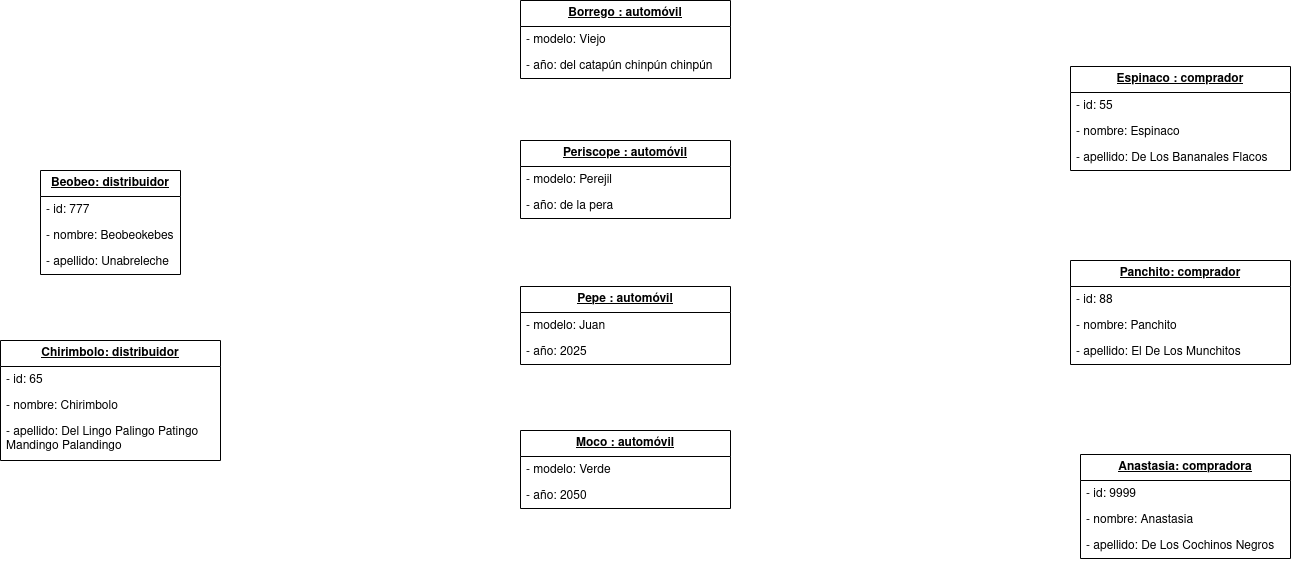
Above: Diagramas/Diagramas de objetos/DObj Modelo1.drawio.png in RafaelMayor/ETS (draw.io), before the change. Source tidied: cells renumbered, new cells last; positions are measured from the earlier drawing's top-left corner, leaving out a move shared by most shapes. Its diagram source:
```xml
<mxGraphModel>
  <root>
    <mxCell id="0" />
    <mxCell id="1" parent="0" />
    <mxCell id="2" value="&lt;b&gt;&lt;u&gt;Anastasia: compradora&lt;/u&gt;&lt;/b&gt;" style="swimlane;fontStyle=0;horizontal=1;startSize=26;fillColor=none;whiteSpace=wrap;html=1;" parent="1" vertex="1">
      <mxGeometry x="1080" y="454" width="210" height="104" as="geometry" />
    </mxCell>
    <mxCell id="3" value="- id: 9999" style="text;strokeColor=none;fillColor=none;align=left;verticalAlign=top;spacingLeft=4;spacingRight=4;overflow=hidden;whiteSpace=wrap;html=1;" parent="2" vertex="1">
      <mxGeometry y="26" width="210" height="26" as="geometry" />
    </mxCell>
    <mxCell id="4" value="- nombre: Anastasia" style="text;strokeColor=none;fillColor=none;align=left;verticalAlign=top;spacingLeft=4;spacingRight=4;overflow=hidden;whiteSpace=wrap;html=1;" parent="2" vertex="1">
      <mxGeometry y="52" width="210" height="26" as="geometry" />
    </mxCell>
    <mxCell id="5" value="- apellido: De Los Cochinos Negros" style="text;strokeColor=none;fillColor=none;align=left;verticalAlign=top;spacingLeft=4;spacingRight=4;overflow=hidden;whiteSpace=wrap;html=1;" parent="2" vertex="1">
      <mxGeometry y="78" width="210" height="26" as="geometry" />
    </mxCell>
    <mxCell id="6" value="&lt;b&gt;&lt;u&gt;Panchito: comprador&lt;br&gt;&lt;/u&gt;&lt;/b&gt;" style="swimlane;fontStyle=0;horizontal=1;startSize=26;fillColor=none;whiteSpace=wrap;html=1;" parent="1" vertex="1">
      <mxGeometry x="1070" y="260" width="220" height="104" as="geometry" />
    </mxCell>
    <mxCell id="7" value="- id: 88 " style="text;strokeColor=none;fillColor=none;align=left;verticalAlign=top;spacingLeft=4;spacingRight=4;overflow=hidden;whiteSpace=wrap;html=1;" parent="6" vertex="1">
      <mxGeometry y="26" width="220" height="26" as="geometry" />
    </mxCell>
    <mxCell id="8" value="- nombre: Panchito" style="text;strokeColor=none;fillColor=none;align=left;verticalAlign=top;spacingLeft=4;spacingRight=4;overflow=hidden;whiteSpace=wrap;html=1;" parent="6" vertex="1">
      <mxGeometry y="52" width="220" height="26" as="geometry" />
    </mxCell>
    <mxCell id="9" value="- apellido: El De Los Munchitos" style="text;strokeColor=none;fillColor=none;align=left;verticalAlign=top;spacingLeft=4;spacingRight=4;overflow=hidden;whiteSpace=wrap;html=1;" parent="6" vertex="1">
      <mxGeometry y="78" width="220" height="26" as="geometry" />
    </mxCell>
    <mxCell id="10" value="&lt;b&gt;&lt;u&gt;Espinaco : comprador&lt;br&gt;&lt;/u&gt;&lt;/b&gt;" style="swimlane;fontStyle=0;horizontal=1;startSize=26;fillColor=none;whiteSpace=wrap;html=1;" parent="1" vertex="1">
      <mxGeometry x="1070" y="66" width="220" height="104" as="geometry" />
    </mxCell>
    <mxCell id="11" value="- id: 55" style="text;strokeColor=none;fillColor=none;align=left;verticalAlign=top;spacingLeft=4;spacingRight=4;overflow=hidden;whiteSpace=wrap;html=1;" parent="10" vertex="1">
      <mxGeometry y="26" width="220" height="26" as="geometry" />
    </mxCell>
    <mxCell id="12" value="- nombre: Espinaco" style="text;strokeColor=none;fillColor=none;align=left;verticalAlign=top;spacingLeft=4;spacingRight=4;overflow=hidden;whiteSpace=wrap;html=1;" parent="10" vertex="1">
      <mxGeometry y="52" width="220" height="26" as="geometry" />
    </mxCell>
    <mxCell id="13" value="- apellido: De Los Bananales Flacos&amp;nbsp; " style="text;strokeColor=none;fillColor=none;align=left;verticalAlign=top;spacingLeft=4;spacingRight=4;overflow=hidden;whiteSpace=wrap;html=1;" parent="10" vertex="1">
      <mxGeometry y="78" width="220" height="26" as="geometry" />
    </mxCell>
    <mxCell id="14" value="&lt;b&gt;&lt;u&gt;Chirimbolo: distribuidor&lt;/u&gt;&lt;/b&gt;" style="swimlane;fontStyle=0;horizontal=1;startSize=26;fillColor=none;whiteSpace=wrap;html=1;" parent="1" vertex="1">
      <mxGeometry y="340" width="220" height="120" as="geometry" />
    </mxCell>
    <mxCell id="15" value="- id: 65" style="text;strokeColor=none;fillColor=none;align=left;verticalAlign=top;spacingLeft=4;spacingRight=4;overflow=hidden;whiteSpace=wrap;html=1;" parent="14" vertex="1">
      <mxGeometry y="26" width="220" height="26" as="geometry" />
    </mxCell>
    <mxCell id="16" value="- nombre: Chirimbolo" style="text;strokeColor=none;fillColor=none;align=left;verticalAlign=top;spacingLeft=4;spacingRight=4;overflow=hidden;whiteSpace=wrap;html=1;" parent="14" vertex="1">
      <mxGeometry y="52" width="220" height="26" as="geometry" />
    </mxCell>
    <mxCell id="17" value="- apellido: Del Lingo Palingo Patingo Mandingo Palandingo" style="text;strokeColor=none;fillColor=none;align=left;verticalAlign=top;spacingLeft=4;spacingRight=4;overflow=hidden;whiteSpace=wrap;html=1;" parent="14" vertex="1">
      <mxGeometry y="78" width="220" height="42" as="geometry" />
    </mxCell>
    <mxCell id="18" value="&lt;b&gt;&lt;u&gt;Beobeo: distribuidor&lt;/u&gt;&lt;/b&gt;" style="swimlane;fontStyle=0;horizontal=1;startSize=26;fillColor=none;whiteSpace=wrap;html=1;" parent="1" vertex="1">
      <mxGeometry x="40" y="170" width="140" height="104" as="geometry" />
    </mxCell>
    <mxCell id="19" value="- id: 777" style="text;strokeColor=none;fillColor=none;align=left;verticalAlign=top;spacingLeft=4;spacingRight=4;overflow=hidden;whiteSpace=wrap;html=1;" parent="18" vertex="1">
      <mxGeometry y="26" width="140" height="26" as="geometry" />
    </mxCell>
    <mxCell id="20" value="- nombre: Beobeokebes" style="text;strokeColor=none;fillColor=none;align=left;verticalAlign=top;spacingLeft=4;spacingRight=4;overflow=hidden;whiteSpace=wrap;html=1;" parent="18" vertex="1">
      <mxGeometry y="52" width="140" height="26" as="geometry" />
    </mxCell>
    <mxCell id="21" value="- apellido: Unabreleche " style="text;strokeColor=none;fillColor=none;align=left;verticalAlign=top;spacingLeft=4;spacingRight=4;overflow=hidden;whiteSpace=wrap;html=1;" parent="18" vertex="1">
      <mxGeometry y="78" width="140" height="26" as="geometry" />
    </mxCell>
    <mxCell id="22" value="&lt;b&gt;&lt;u&gt;Borrego : automóvil&lt;/u&gt;&lt;/b&gt;" style="swimlane;fontStyle=0;horizontal=1;startSize=26;fillColor=none;whiteSpace=wrap;html=1;" parent="1" vertex="1">
      <mxGeometry x="520" width="210" height="78" as="geometry" />
    </mxCell>
    <mxCell id="23" value="- modelo: Viejo" style="text;strokeColor=none;fillColor=none;align=left;verticalAlign=top;spacingLeft=4;spacingRight=4;overflow=hidden;whiteSpace=wrap;html=1;" parent="22" vertex="1">
      <mxGeometry y="26" width="210" height="26" as="geometry" />
    </mxCell>
    <mxCell id="24" value="- año: del catapún chinpún chinpún" style="text;strokeColor=none;fillColor=none;align=left;verticalAlign=top;spacingLeft=4;spacingRight=4;overflow=hidden;whiteSpace=wrap;html=1;" parent="22" vertex="1">
      <mxGeometry y="52" width="210" height="26" as="geometry" />
    </mxCell>
    <mxCell id="25" value="&lt;b&gt;&lt;u&gt;Periscope : automóvil&lt;/u&gt;&lt;/b&gt;" style="swimlane;fontStyle=0;horizontal=1;startSize=26;fillColor=none;whiteSpace=wrap;html=1;" parent="1" vertex="1">
      <mxGeometry x="520" y="140" width="210" height="78" as="geometry" />
    </mxCell>
    <mxCell id="26" value="- modelo: Perejil" style="text;strokeColor=none;fillColor=none;align=left;verticalAlign=top;spacingLeft=4;spacingRight=4;overflow=hidden;whiteSpace=wrap;html=1;" parent="25" vertex="1">
      <mxGeometry y="26" width="210" height="26" as="geometry" />
    </mxCell>
    <mxCell id="27" value="- año: de la pera" style="text;strokeColor=none;fillColor=none;align=left;verticalAlign=top;spacingLeft=4;spacingRight=4;overflow=hidden;whiteSpace=wrap;html=1;" parent="25" vertex="1">
      <mxGeometry y="52" width="210" height="26" as="geometry" />
    </mxCell>
    <mxCell id="28" value="&lt;b&gt;&lt;u&gt;Pepe : automóvil&lt;/u&gt;&lt;/b&gt;" style="swimlane;fontStyle=0;horizontal=1;startSize=26;fillColor=none;whiteSpace=wrap;html=1;" parent="1" vertex="1">
      <mxGeometry x="520" y="286" width="210" height="78" as="geometry" />
    </mxCell>
    <mxCell id="29" value="- modelo: Juan" style="text;strokeColor=none;fillColor=none;align=left;verticalAlign=top;spacingLeft=4;spacingRight=4;overflow=hidden;whiteSpace=wrap;html=1;" parent="28" vertex="1">
      <mxGeometry y="26" width="210" height="26" as="geometry" />
    </mxCell>
    <mxCell id="30" value="- año: 2025" style="text;strokeColor=none;fillColor=none;align=left;verticalAlign=top;spacingLeft=4;spacingRight=4;overflow=hidden;whiteSpace=wrap;html=1;" parent="28" vertex="1">
      <mxGeometry y="52" width="210" height="26" as="geometry" />
    </mxCell>
    <mxCell id="31" value="&lt;b&gt;&lt;u&gt;Moco : automóvil&lt;/u&gt;&lt;/b&gt;" style="swimlane;fontStyle=0;horizontal=1;startSize=26;fillColor=none;whiteSpace=wrap;html=1;" parent="1" vertex="1">
      <mxGeometry x="520" y="430" width="210" height="78" as="geometry" />
    </mxCell>
    <mxCell id="32" value="- modelo: Verde" style="text;strokeColor=none;fillColor=none;align=left;verticalAlign=top;spacingLeft=4;spacingRight=4;overflow=hidden;whiteSpace=wrap;html=1;" parent="31" vertex="1">
      <mxGeometry y="26" width="210" height="26" as="geometry" />
    </mxCell>
    <mxCell id="33" value="- año: 2050" style="text;strokeColor=none;fillColor=none;align=left;verticalAlign=top;spacingLeft=4;spacingRight=4;overflow=hidden;whiteSpace=wrap;html=1;" parent="31" vertex="1">
      <mxGeometry y="52" width="210" height="26" as="geometry" />
    </mxCell>
  </root>
</mxGraphModel>
```
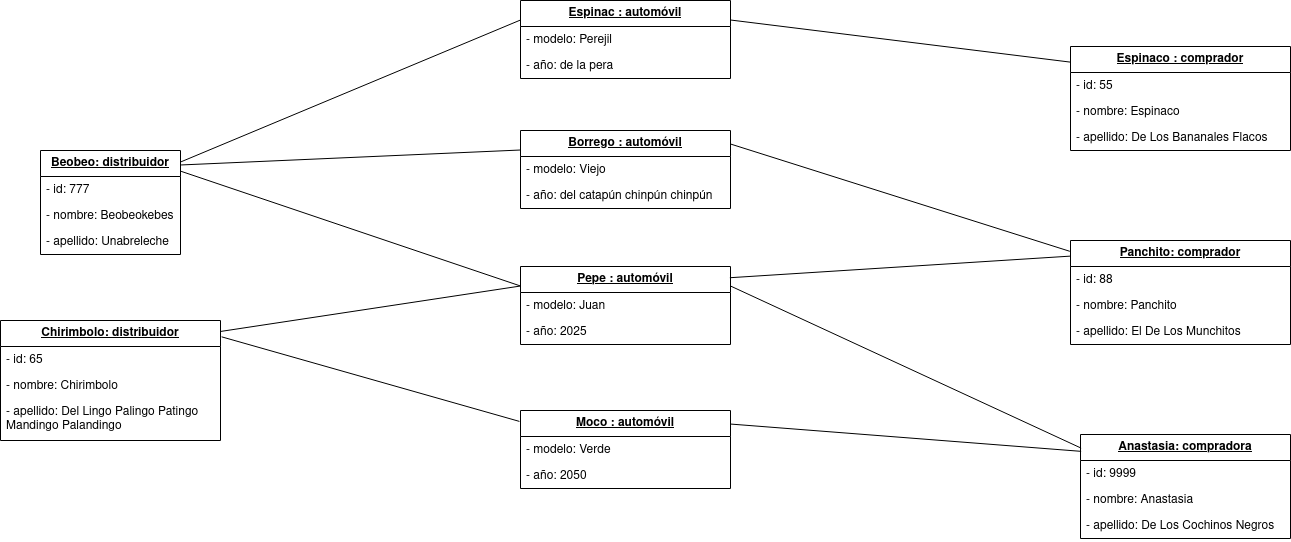
The same file after the commit.

What changed in the source:
```diff
@@ -63,7 +63,7 @@
       <mxGeometry y="78" width="140" height="26" as="geometry" />
     </mxCell>
     <mxCell id="22" value="&lt;b&gt;&lt;u&gt;Borrego : automóvil&lt;/u&gt;&lt;/b&gt;" style="swimlane;fontStyle=0;horizontal=1;startSize=26;fillColor=none;whiteSpace=wrap;html=1;" parent="1" vertex="1">
-      <mxGeometry x="520" width="210" height="78" as="geometry" />
+      <mxGeometry x="520" y="150" width="210" height="78" as="geometry" />
     </mxCell>
     <mxCell id="23" value="- modelo: Viejo" style="text;strokeColor=none;fillColor=none;align=left;verticalAlign=top;spacingLeft=4;spacingRight=4;overflow=hidden;whiteSpace=wrap;html=1;" parent="22" vertex="1">
       <mxGeometry y="26" width="210" height="26" as="geometry" />
@@ -71,8 +71,8 @@
     <mxCell id="24" value="- año: del catapún chinpún chinpún" style="text;strokeColor=none;fillColor=none;align=left;verticalAlign=top;spacingLeft=4;spacingRight=4;overflow=hidden;whiteSpace=wrap;html=1;" parent="22" vertex="1">
       <mxGeometry y="52" width="210" height="26" as="geometry" />
     </mxCell>
-    <mxCell id="25" value="&lt;b&gt;&lt;u&gt;Periscope : automóvil&lt;/u&gt;&lt;/b&gt;" style="swimlane;fontStyle=0;horizontal=1;startSize=26;fillColor=none;whiteSpace=wrap;html=1;" parent="1" vertex="1">
-      <mxGeometry x="520" y="140" width="210" height="78" as="geometry" />
+    <mxCell id="25" value="&lt;b&gt;&lt;u&gt;Espinac : automóvil&lt;/u&gt;&lt;/b&gt;" style="swimlane;fontStyle=0;horizontal=1;startSize=26;fillColor=none;whiteSpace=wrap;html=1;" parent="1" vertex="1">
+      <mxGeometry x="520" y="20" width="210" height="78" as="geometry" />
     </mxCell>
     <mxCell id="26" value="- modelo: Perejil" style="text;strokeColor=none;fillColor=none;align=left;verticalAlign=top;spacingLeft=4;spacingRight=4;overflow=hidden;whiteSpace=wrap;html=1;" parent="25" vertex="1">
       <mxGeometry y="26" width="210" height="26" as="geometry" />
@@ -98,5 +98,35 @@
     <mxCell id="33" value="- año: 2050" style="text;strokeColor=none;fillColor=none;align=left;verticalAlign=top;spacingLeft=4;spacingRight=4;overflow=hidden;whiteSpace=wrap;html=1;" parent="31" vertex="1">
       <mxGeometry y="52" width="210" height="26" as="geometry" />
     </mxCell>
+    <mxCell id="34" style="endArrow=none;html=1;rounded=0;entryX=1.005;entryY=0.136;entryDx=0;entryDy=0;entryPerimeter=0;exitX=-0.005;exitY=0.14;exitDx=0;exitDy=0;exitPerimeter=0;" parent="1" edge="1" source="31" target="14">
+      <mxGeometry relative="1" as="geometry" />
+    </mxCell>
+    <mxCell id="35" style="endArrow=none;html=1;rounded=0;entryX=0.002;entryY=0.151;entryDx=0;entryDy=0;entryPerimeter=0;exitX=1;exitY=0.25;exitDx=0;exitDy=0;" parent="1" edge="1" source="25" target="10">
+      <mxGeometry relative="1" as="geometry" />
+    </mxCell>
+    <mxCell id="36" style="endArrow=none;html=1;rounded=0;entryX=0;entryY=0.25;entryDx=0;entryDy=0;exitX=0.998;exitY=0.112;exitDx=0;exitDy=0;exitPerimeter=0;" parent="1" edge="1" source="18" target="25">
+      <mxGeometry relative="1" as="geometry" />
+    </mxCell>
+    <mxCell id="37" style="endArrow=none;html=1;rounded=0;entryX=0;entryY=0.25;entryDx=0;entryDy=0;exitX=0.998;exitY=0.092;exitDx=0;exitDy=0;exitPerimeter=0;" parent="1" edge="1" source="14" target="28">
+      <mxGeometry relative="1" as="geometry" />
+    </mxCell>
+    <mxCell id="38" style="endArrow=none;html=1;rounded=0;entryX=0;entryY=0.25;entryDx=0;entryDy=0;exitX=1.004;exitY=0.139;exitDx=0;exitDy=0;exitPerimeter=0;" parent="1" edge="1" source="18" target="22">
+      <mxGeometry relative="1" as="geometry" />
+    </mxCell>
+    <mxCell id="39" style="endArrow=none;html=1;rounded=0;entryX=0;entryY=0.25;entryDx=0;entryDy=0;exitX=1.004;exitY=0.2;exitDx=0;exitDy=0;exitPerimeter=0;" parent="1" edge="1" source="18" target="28">
+      <mxGeometry relative="1" as="geometry" />
+    </mxCell>
+    <mxCell id="40" style="endArrow=none;html=1;rounded=0;entryX=-0.003;entryY=0.104;entryDx=0;entryDy=0;entryPerimeter=0;exitX=1.001;exitY=0.174;exitDx=0;exitDy=0;exitPerimeter=0;" parent="1" edge="1" source="22" target="6">
+      <mxGeometry relative="1" as="geometry" />
+    </mxCell>
+    <mxCell id="41" style="endArrow=none;html=1;rounded=0;entryX=0.001;entryY=0.15;entryDx=0;entryDy=0;entryPerimeter=0;exitX=0.997;exitY=0.144;exitDx=0;exitDy=0;exitPerimeter=0;" parent="1" edge="1" source="28" target="6">
+      <mxGeometry relative="1" as="geometry" />
+    </mxCell>
+    <mxCell id="42" style="endArrow=none;html=1;rounded=0;entryX=0.003;entryY=0.131;entryDx=0;entryDy=0;entryPerimeter=0;exitX=1;exitY=0.25;exitDx=0;exitDy=0;" parent="1" edge="1" source="28" target="2">
+      <mxGeometry relative="1" as="geometry" />
+    </mxCell>
+    <mxCell id="43" style="endArrow=none;html=1;rounded=0;entryX=0.003;entryY=0.162;entryDx=0;entryDy=0;entryPerimeter=0;exitX=1.001;exitY=0.174;exitDx=0;exitDy=0;exitPerimeter=0;" parent="1" edge="1" source="31" target="2">
+      <mxGeometry relative="1" as="geometry" />
+    </mxCell>
   </root>
 </mxGraphModel>
```
